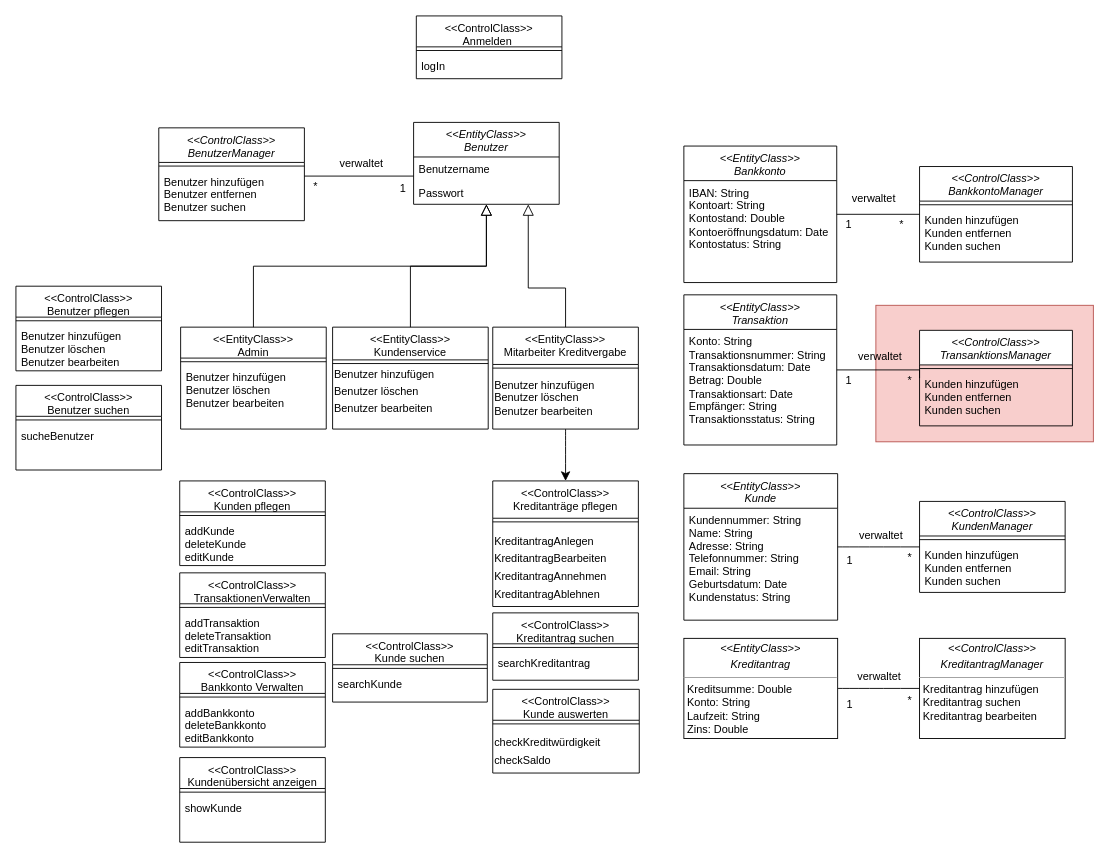
JaSc2912/VerteilteAnwendungen keeps this draw.io diagram as page "Technischer Entwurf" (5 of 5) of Datenmodell.drawio. Above is the earlier version. Source tidied: cells renumbered, new cells numbered last; positions are measured from the earlier drawing's top-left corner, leaving out a move shared by most shapes. Both pictures are drawn from the tidied source at 91%, with x=0, y=0 at pixel (15, 15).
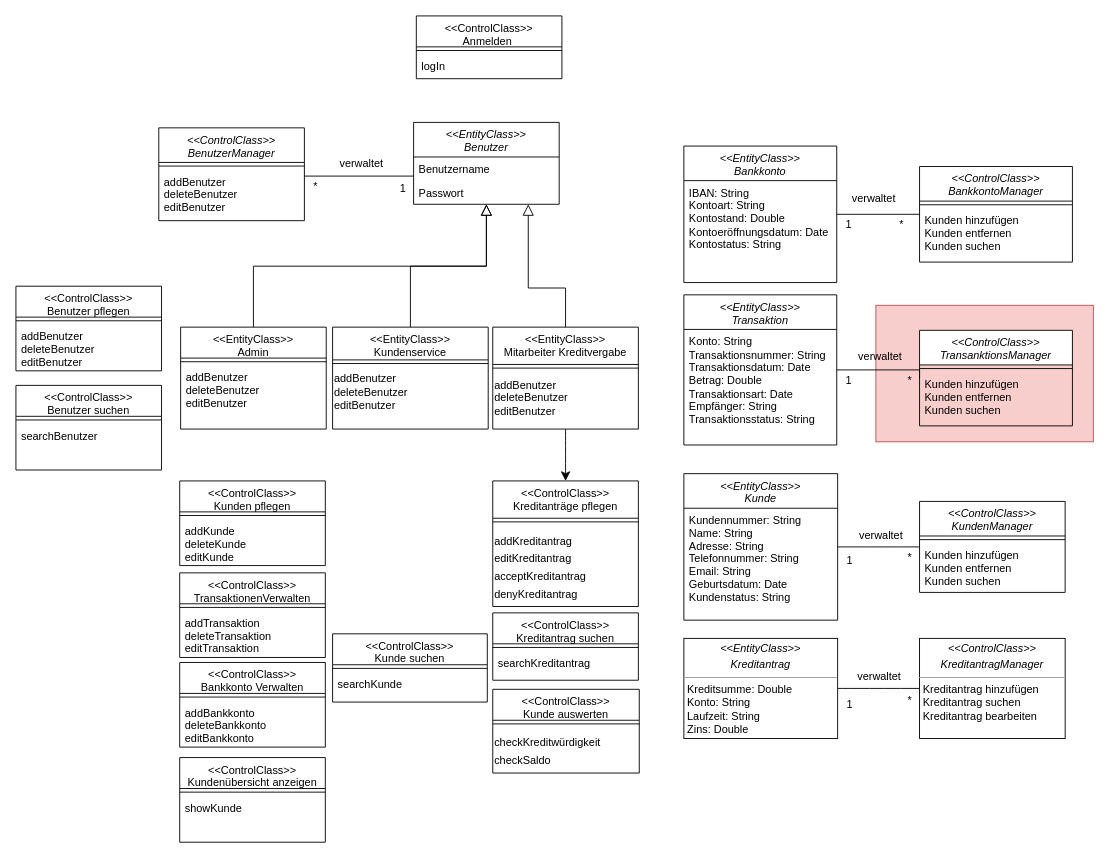
Above is the later version.

Unchanged cells that the change refers to:
```xml
<mxCell id="6" value="&lt;&lt;EntityClass&gt;&gt;&#10;Admin" style="swimlane;fontStyle=0;align=center;verticalAlign=top;horizontal=1;startSize=34;rounded=0;shadow=0;strokeWidth=1;" parent="1" vertex="1">
  <mxGeometry x="181" y="342" width="160" height="112" as="geometry" />
</mxCell>
<mxCell id="10" value="&lt;&lt;EntityClass&gt;&gt;&#10;Kundenservice" style="swimlane;fontStyle=0;align=center;verticalAlign=top;horizontal=1;startSize=36;rounded=0;shadow=0;strokeWidth=1;" parent="1" vertex="1">
  <mxGeometry x="348" y="342" width="171" height="112" as="geometry" />
</mxCell>
<mxCell id="18" value="&lt;&lt;ControlClass&gt;&gt;&#10;BenutzerManager" style="swimlane;fontStyle=2;align=center;verticalAlign=top;horizontal=1;startSize=38;rounded=0;shadow=0;strokeWidth=1;" parent="1" vertex="1">
  <mxGeometry x="157" y="123" width="160" height="102" as="geometry" />
</mxCell>
<mxCell id="55" value="&lt;&lt;ControlClass&gt;&gt;&#10;Benutzer pflegen" style="swimlane;fontStyle=0;align=center;verticalAlign=top;horizontal=1;startSize=34;rounded=0;shadow=0;strokeWidth=1;" parent="1" vertex="1">
  <mxGeometry y="297" width="160" height="93" as="geometry" />
</mxCell>
<mxCell id="58" value="&lt;&lt;ControlClass&gt;&gt;&#10;Kreditanträge pflegen" style="swimlane;fontStyle=0;align=center;verticalAlign=top;horizontal=1;startSize=41;rounded=0;shadow=0;strokeWidth=1;" parent="1" vertex="1">
  <mxGeometry x="524" y="511" width="160" height="138" as="geometry" />
</mxCell>
<mxCell id="62" value="&lt;&lt;ControlClass&gt;&gt;&#10;Benutzer suchen" style="swimlane;fontStyle=0;align=center;verticalAlign=top;horizontal=1;startSize=34;rounded=0;shadow=0;strokeWidth=1;" parent="1" vertex="1">
  <mxGeometry y="406" width="160" height="93" as="geometry" />
</mxCell>
```

Change to the diagram source:
```diff
@@
-    <mxCell id="8" value="Benutzer hinzufügen&#10;Benutzer löschen&#10;Benutzer bearbeiten" style="text;align=left;verticalAlign=top;spacingLeft=4;spacingRight=4;overflow=hidden;fontStyle=0;" parent="6" vertex="1">
+    <mxCell id="8" value="addBenutzer&#10;deleteBenutzer&#10;editBenutzer" style="text;align=left;verticalAlign=top;spacingLeft=4;spacingRight=4;overflow=hidden;fontStyle=0;" parent="6" vertex="1">
       <mxGeometry y="42" width="160" height="62" as="geometry" />
     </mxCell>
@@
-    <mxCell id="12" value="&lt;span style=&quot;font-size: 12px;&quot;&gt;Benutzer hinzufügen&lt;/span&gt;&lt;div&gt;&lt;span style=&quot;font-size: 12px;&quot;&gt;Benutzer löschen&lt;/span&gt;&lt;/div&gt;&lt;div&gt;&lt;span style=&quot;font-size: 12px;&quot;&gt;Benutzer bearbeiten&lt;/span&gt;&lt;/div&gt;" style="text;strokeColor=none;fillColor=none;html=1;align=left;verticalAlign=middle;whiteSpace=wrap;rounded=0;fontSize=16;" parent="10" vertex="1">
+    <mxCell id="12" value="&lt;span style=&quot;font-size: 12px;&quot;&gt;addBenutzer&lt;/span&gt;&lt;div style=&quot;font-size: 12px;&quot;&gt;deleteBenutzer&lt;/div&gt;&lt;div style=&quot;font-size: 12px;&quot;&gt;editBenutzer&lt;/div&gt;" style="text;strokeColor=none;fillColor=none;html=1;align=left;verticalAlign=middle;whiteSpace=wrap;rounded=0;fontSize=16;" parent="10" vertex="1">
       <mxGeometry y="44" width="171" height="49" as="geometry" />
     </mxCell>
@@
-    <mxCell id="20" value="Benutzer hinzufügen&#10;Benutzer entfernen&#10;Benutzer suchen" style="text;align=left;verticalAlign=top;spacingLeft=4;spacingRight=4;overflow=hidden;" parent="18" vertex="1">
+    <mxCell id="20" value="addBenutzer&#10;deleteBenutzer&#10;editBenutzer" style="text;align=left;verticalAlign=top;spacingLeft=4;spacingRight=4;overflow=hidden;" parent="18" vertex="1">
       <mxGeometry y="46" width="160" height="54" as="geometry" />
     </mxCell>
@@
-    <mxCell id="57" value="Benutzer hinzufügen&#10;Benutzer löschen&#10;Benutzer bearbeiten" style="text;align=left;verticalAlign=top;spacingLeft=4;spacingRight=4;overflow=hidden;fontStyle=0;" parent="55" vertex="1">
+    <mxCell id="57" value="addBenutzer&#10;deleteBenutzer&#10;editBenutzer" style="text;align=left;verticalAlign=top;spacingLeft=4;spacingRight=4;overflow=hidden;fontStyle=0;" parent="55" vertex="1">
       <mxGeometry y="42" width="160" height="51" as="geometry" />
     </mxCell>
@@
-    <mxCell id="60" value="&lt;span style=&quot;font-size: 12px;&quot;&gt;KreditantragAnlegen&lt;/span&gt;&lt;div&gt;&lt;span style=&quot;font-size: 12px;&quot;&gt;KreditantragBearbeiten&lt;/span&gt;&lt;/div&gt;&lt;div&gt;&lt;span style=&quot;font-size: 12px;&quot;&gt;KreditantragAnnehmen&lt;/span&gt;&lt;/div&gt;&lt;div&gt;&lt;span style=&quot;font-size: 12px;&quot;&gt;KreditantragAblehnen&lt;/span&gt;&lt;/div&gt;&lt;div&gt;&lt;span style=&quot;font-size: 12px;&quot;&gt;&lt;br&gt;&lt;/span&gt;&lt;/div&gt;" style="text;strokeColor=none;fillColor=none;html=1;align=left;verticalAlign=top;whiteSpace=wrap;rounded=0;fontSize=16;" parent="58" vertex="1">
+    <mxCell id="60" value="&lt;span style=&quot;font-size: 12px;&quot;&gt;addKreditantrag&lt;/span&gt;&lt;div&gt;&lt;span style=&quot;font-size: 12px;&quot;&gt;editKreditantrag&lt;/span&gt;&lt;/div&gt;&lt;div&gt;&lt;span style=&quot;font-size: 12px;&quot;&gt;acceptKreditantrag&lt;/span&gt;&lt;/div&gt;&lt;div&gt;&lt;span style=&quot;font-size: 12px;&quot;&gt;denyKreditantrag&lt;/span&gt;&lt;/div&gt;&lt;div&gt;&lt;span style=&quot;font-size: 12px;&quot;&gt;&lt;br&gt;&lt;/span&gt;&lt;/div&gt;" style="text;strokeColor=none;fillColor=none;html=1;align=left;verticalAlign=top;whiteSpace=wrap;rounded=0;fontSize=16;" parent="58" vertex="1">
       <mxGeometry y="49" width="160" height="88" as="geometry" />
     </mxCell>
-    <mxCell id="61" value="&lt;span&gt;Benutzer hinzufügen&lt;/span&gt;&lt;div&gt;&lt;span&gt;Benutzer löschen&lt;/span&gt;&lt;/div&gt;&lt;div&gt;&lt;span&gt;Benutzer bearbeiten&lt;/span&gt;&lt;/div&gt;" style="text;strokeColor=none;fillColor=none;html=1;align=left;verticalAlign=middle;whiteSpace=wrap;rounded=0;fontSize=12;" parent="1" vertex="1">
+    <mxCell id="61" value="&lt;span&gt;addBenutzer&lt;/span&gt;&lt;div&gt;&lt;span&gt;deleteBenutzer&lt;/span&gt;&lt;/div&gt;&lt;div&gt;&lt;span&gt;editBenutzer&lt;/span&gt;&lt;/div&gt;" style="text;strokeColor=none;fillColor=none;html=1;align=left;verticalAlign=middle;whiteSpace=wrap;rounded=0;fontSize=12;" parent="1" vertex="1">
       <mxGeometry x="524" y="395" width="160" height="50" as="geometry" />
     </mxCell>
@@
-    <mxCell id="64" value="sucheBenutzer" style="text;align=left;verticalAlign=top;spacingLeft=4;spacingRight=4;overflow=hidden;fontStyle=0;" parent="62" vertex="1">
+    <mxCell id="64" value="searchBenutzer" style="text;align=left;verticalAlign=top;spacingLeft=4;spacingRight=4;overflow=hidden;fontStyle=0;" parent="62" vertex="1">
       <mxGeometry y="42" width="160" height="51" as="geometry" />
     </mxCell>
```
